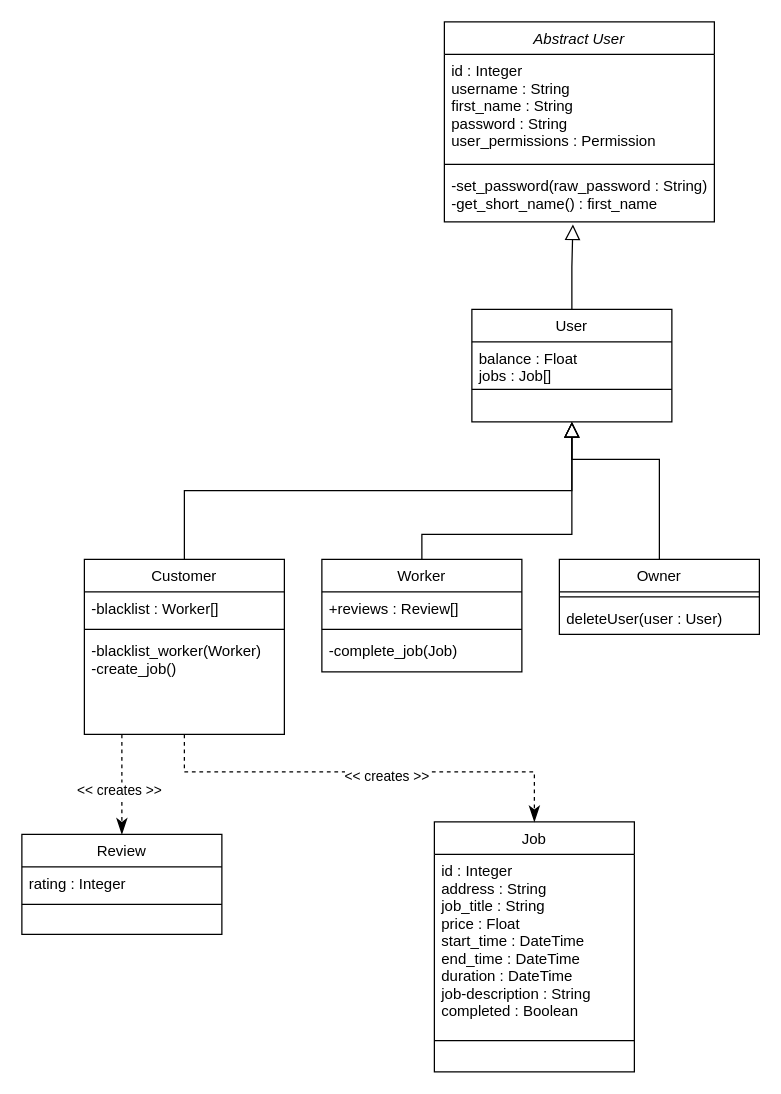
Above: docs/uml/odd-jobs.drawio in 504knight/7-little-ducklings (draw.io), before the change. Source tidied: cells renumbered, new cells numbered last; positions are measured from the earlier drawing's top-left corner, leaving out a move shared by most shapes. Both pictures are drawn from the tidied source at 125%, with x=0, y=0 at pixel (21, 21).
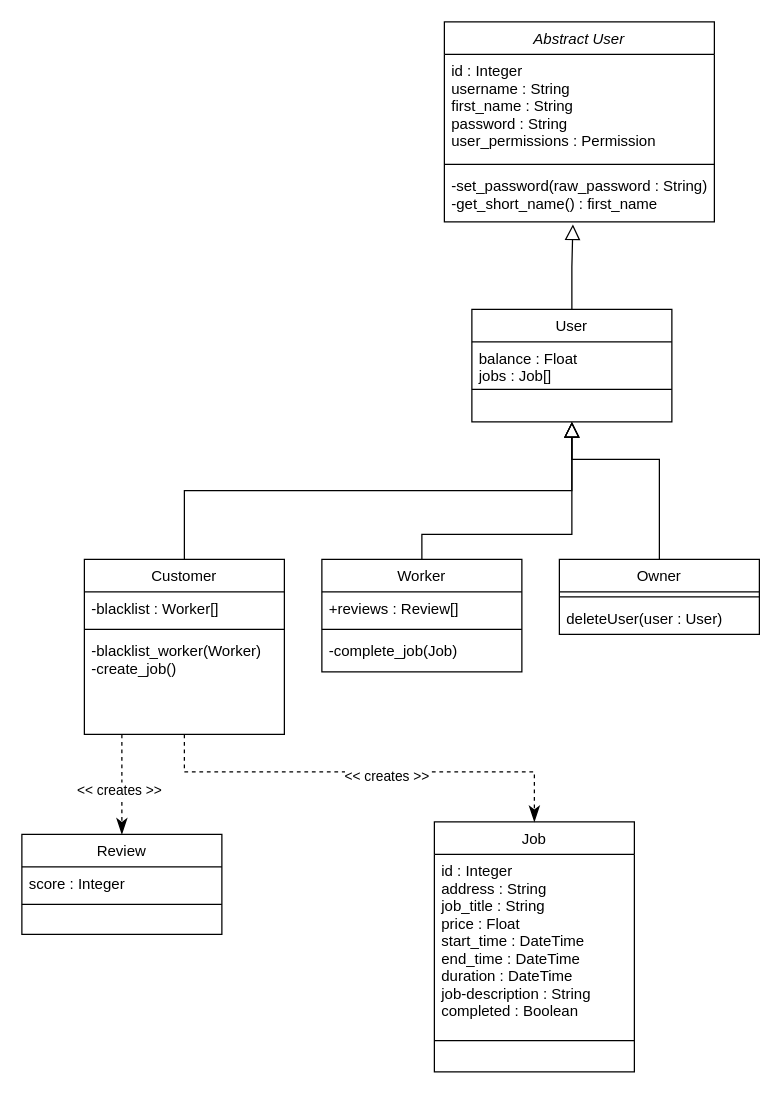
After the change.

The change refers to these unchanged cells:
```xml
<mxCell id="11" value="Review" style="swimlane;fontStyle=0;align=center;verticalAlign=top;horizontal=1;startSize=26;rounded=0;shadow=0;strokeWidth=1;" parent="1" vertex="1">
  <mxGeometry y="650" width="160" height="80" as="geometry" />
</mxCell>
```

Diff of the diagram source:
```diff
@@
-    <mxCell id="12" value="rating : Integer" style="text;align=left;verticalAlign=top;spacingLeft=4;spacingRight=4;overflow=hidden;" parent="11" vertex="1">
+    <mxCell id="12" value="score : Integer" style="text;align=left;verticalAlign=top;spacingLeft=4;spacingRight=4;overflow=hidden;" parent="11" vertex="1">
       <mxGeometry y="26" width="160" height="26" as="geometry" />
     </mxCell>
```
